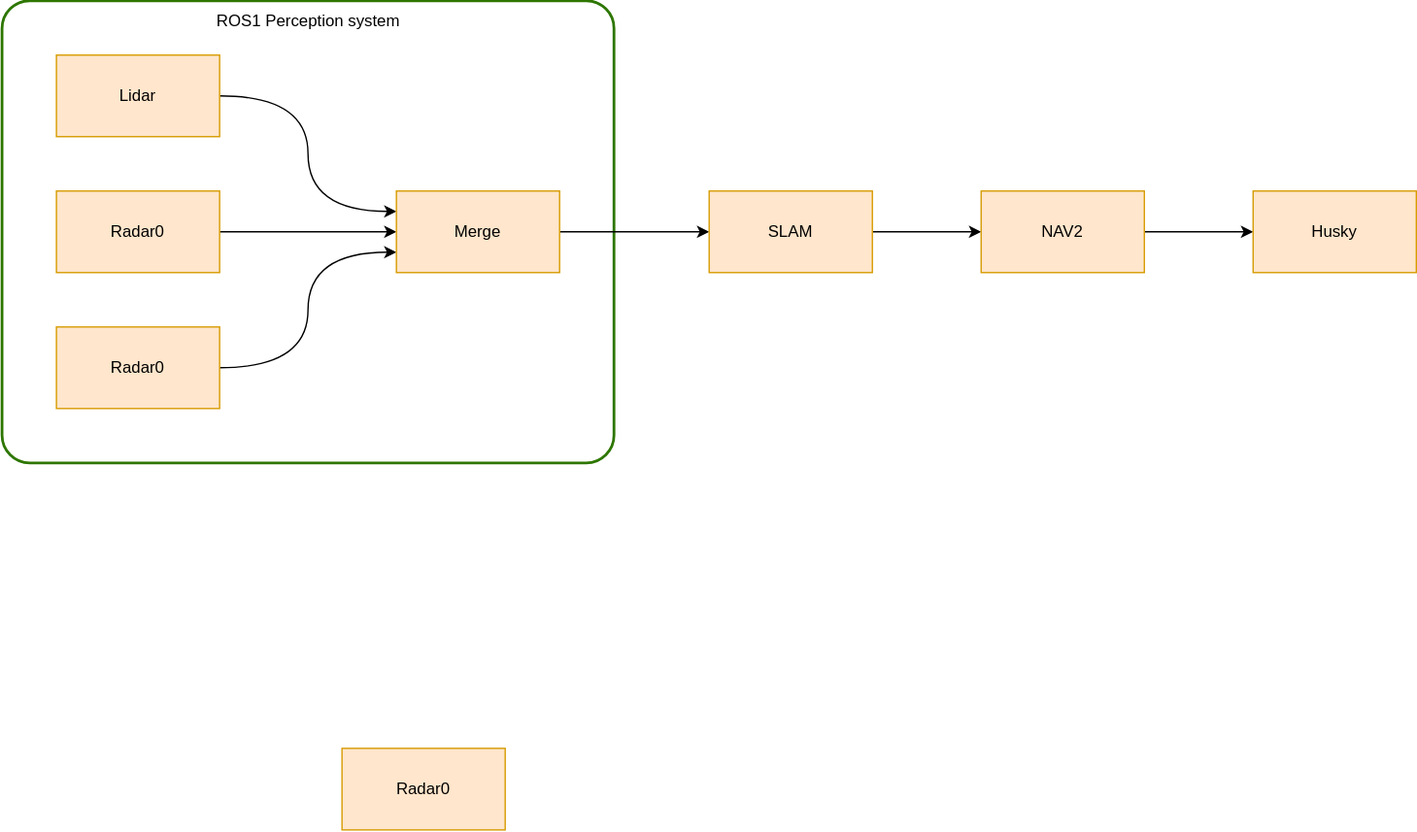
Earlier version of the draw.io export Figures/draw.io/BlockDiagramOverwiev.drawio.svg (didriknr/Master-thesis-Didrik-Robsrud). Source tidied: cells renumbered, new cells last; positions are measured from the earlier drawing's top-left corner, leaving out a move shared by most shapes.
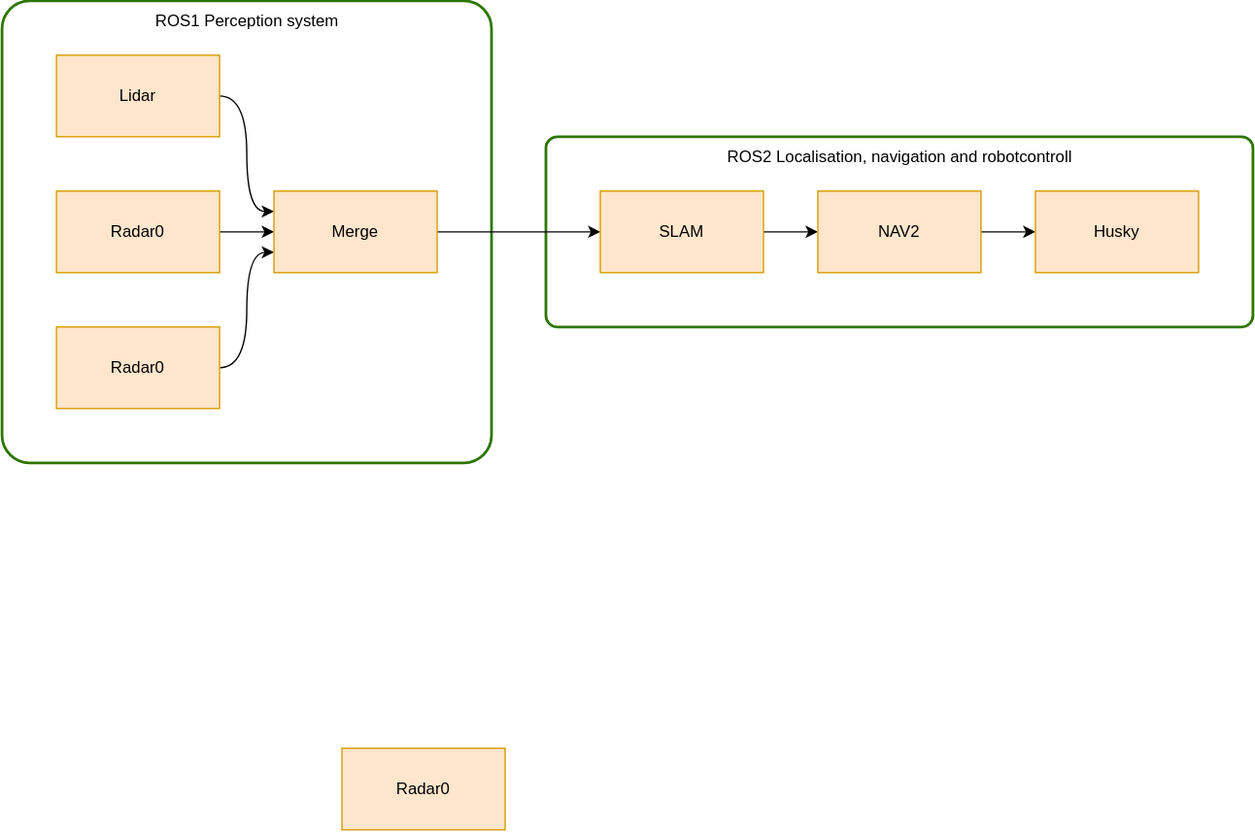
Later version of the same file.

Diff of the diagram source:
```diff
@@ -2,8 +2,11 @@
   <root>
     <mxCell id="0" />
     <mxCell id="1" parent="0" />
+    <mxCell id="18" style="rounded=1;whiteSpace=wrap;html=1;fillColor=none;fontColor=#ffffff;strokeColor=#2D7600;strokeWidth=2;arcSize=6;" parent="1" vertex="1">
+      <mxGeometry x="400" y="100" width="520" height="140" as="geometry" />
+    </mxCell>
     <mxCell id="2" style="rounded=1;whiteSpace=wrap;html=1;fillColor=none;fontColor=#ffffff;strokeColor=#2D7600;strokeWidth=2;arcSize=6;" parent="1" vertex="1">
-      <mxGeometry width="450" height="340" as="geometry" />
+      <mxGeometry width="360" height="340" as="geometry" />
     </mxCell>
     <mxCell id="3" style="edgeStyle=orthogonalEdgeStyle;curved=1;rounded=0;jettySize=auto;html=1;" parent="1" edge="1" source="4" target="11">
       <mxGeometry relative="1" as="geometry" />
@@ -30,25 +33,28 @@
       <mxGeometry relative="1" as="geometry" />
     </mxCell>
     <mxCell id="11" value="Merge" style="rounded=0;whiteSpace=wrap;html=1;fillColor=#ffe6cc;strokeColor=#d79b00;" parent="1" vertex="1">
-      <mxGeometry x="290" y="140" width="120" height="60" as="geometry" />
+      <mxGeometry x="200" y="140" width="120" height="60" as="geometry" />
     </mxCell>
-    <mxCell id="12" style="edgeStyle=orthogonalEdgeStyle;curved=1;rounded=0;jettySize=auto;html=1;entryX=0;entryY=0.5;entryDx=0;entryDy=0;" parent="1" edge="1" source="13" target="16">
+    <mxCell id="12" style="edgeStyle=orthogonalEdgeStyle;curved=1;rounded=0;jettySize=auto;html=1;" parent="1" edge="1" source="13" target="16">
       <mxGeometry relative="1" as="geometry" />
     </mxCell>
     <mxCell id="13" value="SLAM" style="rounded=0;whiteSpace=wrap;html=1;fillColor=#ffe6cc;strokeColor=#d79b00;" parent="1" vertex="1">
-      <mxGeometry x="520" y="140" width="120" height="60" as="geometry" />
+      <mxGeometry x="440" y="140" width="120" height="60" as="geometry" />
     </mxCell>
     <mxCell id="14" value="ROS1 Perception system" style="text;html=1;align=center;verticalAlign=middle;strokeColor=none;fillColor=none;" parent="1" vertex="1">
-      <mxGeometry x="145" width="160" height="30" as="geometry" />
+      <mxGeometry x="100" width="160" height="30" as="geometry" />
     </mxCell>
     <mxCell id="15" style="edgeStyle=orthogonalEdgeStyle;curved=1;rounded=0;jettySize=auto;html=1;" parent="1" edge="1" source="16" target="17">
       <mxGeometry relative="1" as="geometry" />
     </mxCell>
     <mxCell id="16" value="NAV2" style="rounded=0;whiteSpace=wrap;html=1;fillColor=#ffe6cc;strokeColor=#d79b00;" parent="1" vertex="1">
-      <mxGeometry x="720" y="140" width="120" height="60" as="geometry" />
+      <mxGeometry x="600" y="140" width="120" height="60" as="geometry" />
     </mxCell>
     <mxCell id="17" value="Husky" style="rounded=0;whiteSpace=wrap;html=1;fillColor=#ffe6cc;strokeColor=#d79b00;" parent="1" vertex="1">
-      <mxGeometry x="920" y="140" width="120" height="60" as="geometry" />
+      <mxGeometry x="760" y="140" width="120" height="60" as="geometry" />
     </mxCell>
+    <mxCell id="19" value="ROS2 Localisation, navigation and robotcontroll" style="text;html=1;align=center;verticalAlign=middle;strokeColor=none;fillColor=none;" parent="1" vertex="1">
+      <mxGeometry x="520" y="100" width="280" height="30" as="geometry" />
+    </mxCell>
   </root>
 </mxGraphModel>
```
